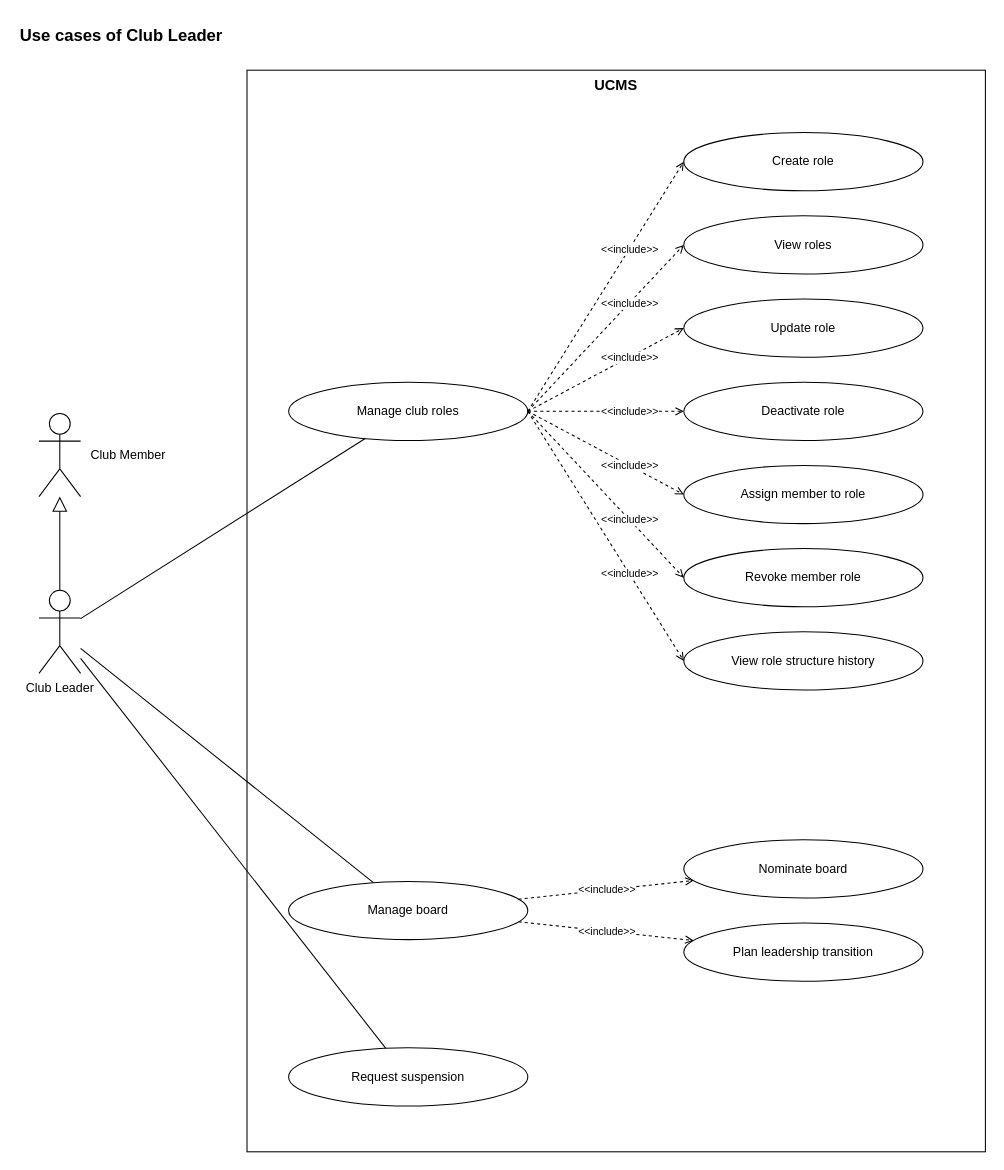
The draw.io diagram page "Club Leader" (4 of 9) of docs/03-diagrams/UCMS_UseCase_ByActor.drawio in nvdekay/ClubManagementSystem, before the edit. Source tidied: cells renumbered, new cells numbered last; positions are measured from the earlier drawing's top-left corner, leaving out a move shared by most shapes. Both pictures are drawn from the tidied source at 104%, with x=0, y=0 at pixel (18, 18).
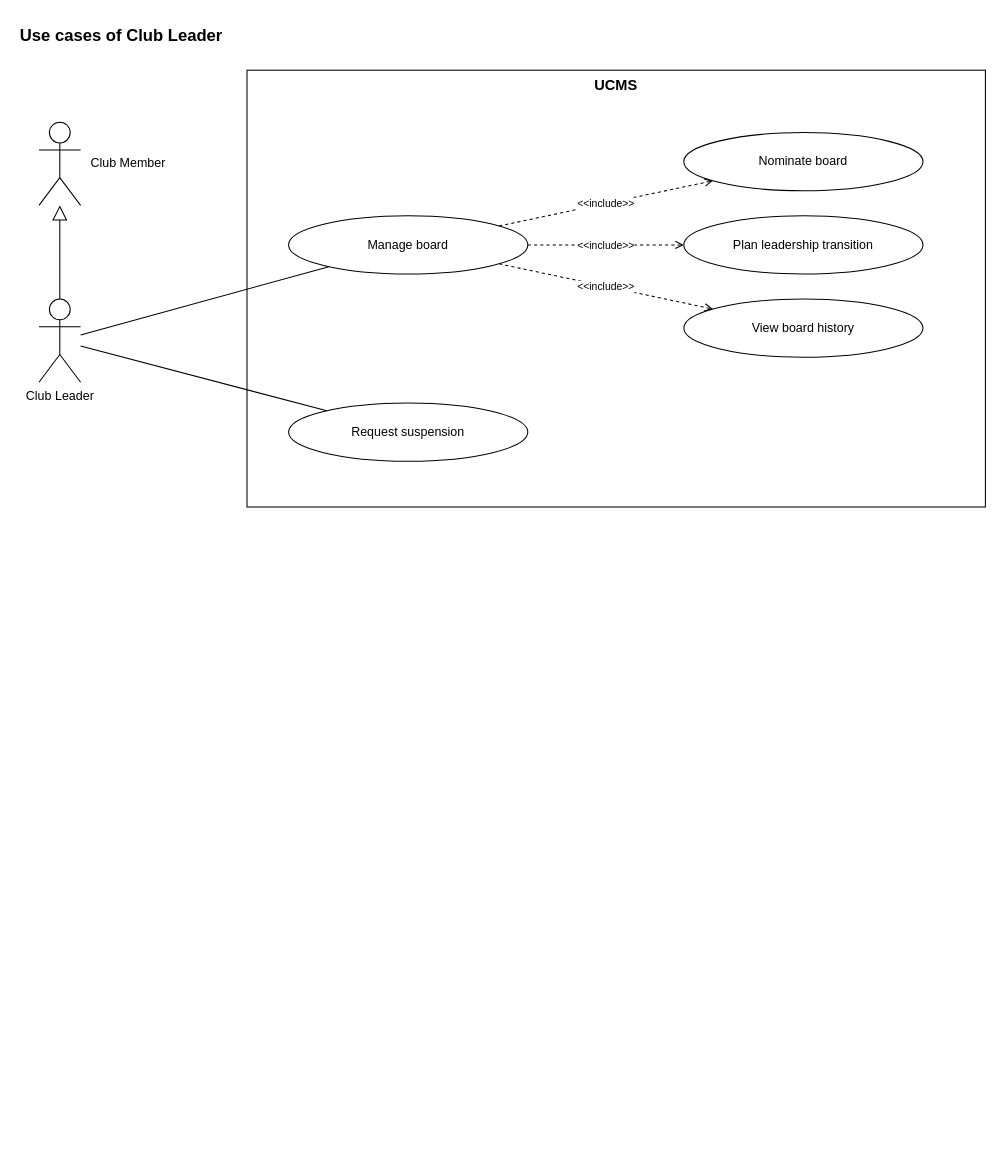
The same page after the edit.

Change to the diagram source:
```diff
@@
     <mxCell id="3" value="UCMS" style="rounded=0;whiteSpace=wrap;html=1;fillColor=none;strokeColor=#000000;verticalAlign=top;fontStyle=1;fontSize=14;" parent="1" vertex="1">
-      <mxGeometry x="220" y="50" width="710" height="1040" as="geometry" />
+      <mxGeometry x="220" y="50" width="710" height="420" as="geometry" />
     </mxCell>
     <mxCell id="4" value="Club Leader" style="shape=umlActor;verticalLabelPosition=bottom;verticalAlign=top;html=1;outlineConnect=0;fillColor=#ffffff;strokeColor=#000000;" parent="1" vertex="1">
-      <mxGeometry x="20" y="550" width="40" height="80" as="geometry" />
+      <mxGeometry x="20" y="270" width="40" height="80" as="geometry" />
     </mxCell>
     <mxCell id="5" value="Club Member" style="shape=umlActor;verticalLabelPosition=middle;verticalAlign=middle;labelPosition=right;align=left;spacingLeft=8;html=1;outlineConnect=0;fillColor=#ffffff;strokeColor=#000000;fontSize=12;" parent="1" vertex="1">
-      <mxGeometry x="20" y="380" width="40" height="80" as="geometry" />
+      <mxGeometry x="20" y="100" width="40" height="80" as="geometry" />
     </mxCell>
@@
-    <mxCell id="7" value="Manage club roles" style="ellipse;whiteSpace=wrap;html=1;fillColor=#ffffff;strokeColor=#000000;fontSize=12;" parent="1" vertex="1">
-      <mxGeometry x="260" y="350" width="230" height="56" as="geometry" />
-    </mxCell>
-    <mxCell id="8" style="endArrow=none;html=1;strokeColor=#000000;" parent="1" edge="1" source="4" target="7">
-      <mxGeometry relative="1" as="geometry" />
-    </mxCell>
-    <mxCell id="9" value="Create role" style="ellipse;whiteSpace=wrap;html=1;fillColor=#ffffff;strokeColor=#000000;fontSize=12;" parent="1" vertex="1">
-      <mxGeometry x="640" y="110" width="230" height="56" as="geometry" />
-    </mxCell>
-    <mxCell id="10" value="&amp;lt;&amp;lt;include&amp;gt;&amp;gt;" style="endArrow=open;dashed=1;html=1;strokeColor=#000000;fontSize=10;labelBackgroundColor=#ffffff;exitX=1;exitY=0.5;exitDx=0;exitDy=0;entryX=0;entryY=0.5;entryDx=0;entryDy=0;" parent="1" edge="1" source="7" target="9">
-      <mxGeometry x="0.3" relative="1" as="geometry" />
-    </mxCell>
-    <mxCell id="11" value="View roles" style="ellipse;whiteSpace=wrap;html=1;fillColor=#ffffff;strokeColor=#000000;fontSize=12;" parent="1" vertex="1">
-      <mxGeometry x="640" y="190" width="230" height="56" as="geometry" />
-    </mxCell>
-    <mxCell id="12" value="&amp;lt;&amp;lt;include&amp;gt;&amp;gt;" style="endArrow=open;dashed=1;html=1;strokeColor=#000000;fontSize=10;labelBackgroundColor=#ffffff;exitX=1;exitY=0.5;exitDx=0;exitDy=0;entryX=0;entryY=0.5;entryDx=0;entryDy=0;" parent="1" edge="1" source="7" target="11">
-      <mxGeometry x="0.3" relative="1" as="geometry" />
-    </mxCell>
-    <mxCell id="13" value="Update role" style="ellipse;whiteSpace=wrap;html=1;fillColor=#ffffff;strokeColor=#000000;fontSize=12;" parent="1" vertex="1">
-      <mxGeometry x="640" y="270" width="230" height="56" as="geometry" />
-    </mxCell>
-    <mxCell id="14" value="&amp;lt;&amp;lt;include&amp;gt;&amp;gt;" style="endArrow=open;dashed=1;html=1;strokeColor=#000000;fontSize=10;labelBackgroundColor=#ffffff;exitX=1;exitY=0.5;exitDx=0;exitDy=0;entryX=0;entryY=0.5;entryDx=0;entryDy=0;" parent="1" edge="1" source="7" target="13">
-      <mxGeometry x="0.3" relative="1" as="geometry" />
-    </mxCell>
-    <mxCell id="15" value="Deactivate role" style="ellipse;whiteSpace=wrap;html=1;fillColor=#ffffff;strokeColor=#000000;fontSize=12;" parent="1" vertex="1">
-      <mxGeometry x="640" y="350" width="230" height="56" as="geometry" />
-    </mxCell>
-    <mxCell id="16" value="&amp;lt;&amp;lt;include&amp;gt;&amp;gt;" style="endArrow=open;dashed=1;html=1;strokeColor=#000000;fontSize=10;labelBackgroundColor=#ffffff;exitX=1;exitY=0.5;exitDx=0;exitDy=0;entryX=0;entryY=0.5;entryDx=0;entryDy=0;" parent="1" edge="1" source="7" target="15">
-      <mxGeometry x="0.3" relative="1" as="geometry" />
-    </mxCell>
-    <mxCell id="17" value="Assign member to role" style="ellipse;whiteSpace=wrap;html=1;fillColor=#ffffff;strokeColor=#000000;fontSize=12;" parent="1" vertex="1">
-      <mxGeometry x="640" y="430" width="230" height="56" as="geometry" />
-    </mxCell>
-    <mxCell id="18" value="&amp;lt;&amp;lt;include&amp;gt;&amp;gt;" style="endArrow=open;dashed=1;html=1;strokeColor=#000000;fontSize=10;labelBackgroundColor=#ffffff;exitX=1;exitY=0.5;exitDx=0;exitDy=0;entryX=0;entryY=0.5;entryDx=0;entryDy=0;" parent="1" edge="1" source="7" target="17">
-      <mxGeometry x="0.3" relative="1" as="geometry" />
-    </mxCell>
-    <mxCell id="19" value="Revoke member role" style="ellipse;whiteSpace=wrap;html=1;fillColor=#ffffff;strokeColor=#000000;fontSize=12;" parent="1" vertex="1">
-      <mxGeometry x="640" y="510" width="230" height="56" as="geometry" />
-    </mxCell>
-    <mxCell id="20" value="&amp;lt;&amp;lt;include&amp;gt;&amp;gt;" style="endArrow=open;dashed=1;html=1;strokeColor=#000000;fontSize=10;labelBackgroundColor=#ffffff;exitX=1;exitY=0.5;exitDx=0;exitDy=0;entryX=0;entryY=0.5;entryDx=0;entryDy=0;" parent="1" edge="1" source="7" target="19">
-      <mxGeometry x="0.3" relative="1" as="geometry" />
-    </mxCell>
-    <mxCell id="21" value="View role structure history" style="ellipse;whiteSpace=wrap;html=1;fillColor=#ffffff;strokeColor=#000000;fontSize=12;" parent="1" vertex="1">
-      <mxGeometry x="640" y="590" width="230" height="56" as="geometry" />
-    </mxCell>
-    <mxCell id="22" value="&amp;lt;&amp;lt;include&amp;gt;&amp;gt;" style="endArrow=open;dashed=1;html=1;strokeColor=#000000;fontSize=10;labelBackgroundColor=#ffffff;exitX=1;exitY=0.5;exitDx=0;exitDy=0;entryX=0;entryY=0.5;entryDx=0;entryDy=0;" parent="1" edge="1" source="7" target="21">
-      <mxGeometry x="0.3" relative="1" as="geometry" />
-    </mxCell>
     <mxCell id="23" value="Manage board" style="ellipse;whiteSpace=wrap;html=1;fillColor=#ffffff;strokeColor=#000000;fontSize=12;" parent="1" vertex="1">
-      <mxGeometry x="260" y="830" width="230" height="56" as="geometry" />
+      <mxGeometry x="260" y="190" width="230" height="56" as="geometry" />
     </mxCell>
@@
     <mxCell id="25" value="Nominate board" style="ellipse;whiteSpace=wrap;html=1;fillColor=#ffffff;strokeColor=#000000;fontSize=12;" parent="1" vertex="1">
-      <mxGeometry x="640" y="790" width="230" height="56" as="geometry" />
+      <mxGeometry x="640" y="110" width="230" height="56" as="geometry" />
     </mxCell>
@@
     <mxCell id="27" value="Plan leadership transition" style="ellipse;whiteSpace=wrap;html=1;fillColor=#ffffff;strokeColor=#000000;fontSize=12;" parent="1" vertex="1">
-      <mxGeometry x="640" y="870" width="230" height="56" as="geometry" />
+      <mxGeometry x="640" y="190" width="230" height="56" as="geometry" />
     </mxCell>
@@
+    <mxCell id="31" value="View board history" style="ellipse;whiteSpace=wrap;html=1;fillColor=#ffffff;strokeColor=#000000;fontSize=12;" parent="1" vertex="1">
+      <mxGeometry x="640" y="270" width="230" height="56" as="geometry" />
+    </mxCell>
+    <mxCell id="32" value="&amp;lt;&amp;lt;include&amp;gt;&amp;gt;" style="endArrow=open;dashed=1;html=1;strokeColor=#000000;fontSize=10;labelBackgroundColor=#ffffff;" parent="1" edge="1" source="23" target="31">
+      <mxGeometry relative="1" as="geometry" />
+    </mxCell>
     <mxCell id="29" value="Request suspension" style="ellipse;whiteSpace=wrap;html=1;fillColor=#ffffff;strokeColor=#000000;fontSize=12;" parent="1" vertex="1">
-      <mxGeometry x="260" y="990" width="230" height="56" as="geometry" />
+      <mxGeometry x="260" y="370" width="230" height="56" as="geometry" />
     </mxCell>
```
